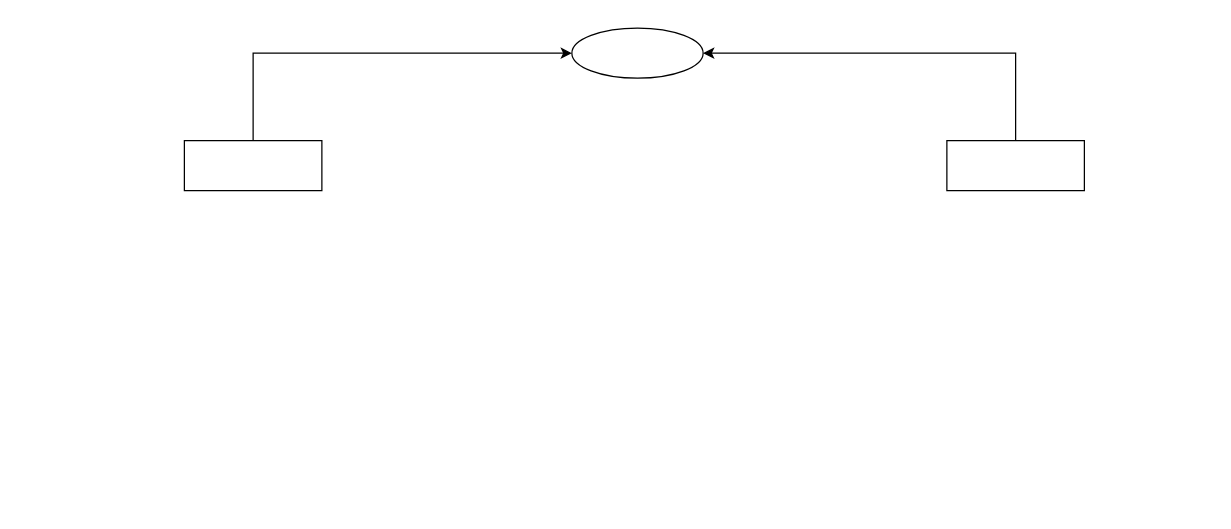
Earlier version of the draw.io diagram Untitled Diagram.drawio (i-yam-three/d-hope-final-year-project). Source tidied: cells renumbered, new cells numbered last; positions are measured from the earlier drawing's top-left corner, leaving out a move shared by most shapes. Both pictures are drawn from the tidied source at 125%, with x=0, y=0 at pixel (184, 28).
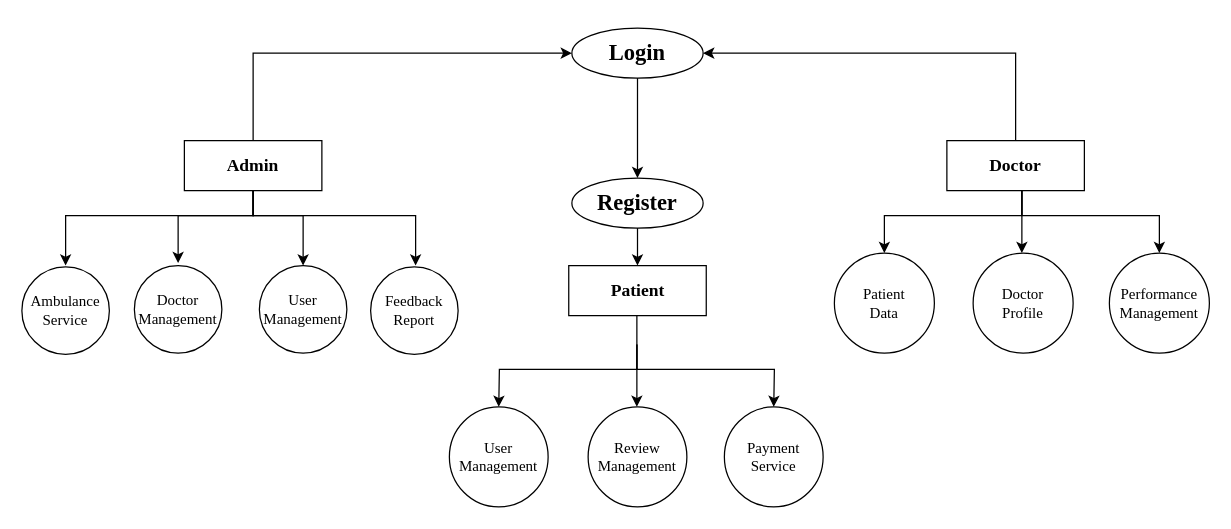
The same page after the edit.

What changed in the source:
```diff
@@
-    <mxCell id="2" style="ellipse;whiteSpace=wrap;html=1;" parent="1" vertex="1">
+    <mxCell id="2" value="&lt;h2&gt;&lt;font face=&quot;Garamond&quot;&gt;Login&lt;/font&gt;&lt;/h2&gt;" style="ellipse;whiteSpace=wrap;html=1;" parent="1" vertex="1">
       <mxGeometry x="310" width="105" height="40" as="geometry" />
     </mxCell>
-    <mxCell id="3" style="rounded=0;whiteSpace=wrap;html=1;" parent="1" vertex="1">
+    <mxCell id="3" value="&lt;h3&gt;&lt;font face=&quot;Garamond&quot;&gt;Admin&lt;/font&gt;&lt;/h3&gt;" style="rounded=0;whiteSpace=wrap;html=1;" parent="1" vertex="1">
       <mxGeometry y="90" width="110" height="40" as="geometry" />
     </mxCell>
-    <mxCell id="4" style="rounded=0;whiteSpace=wrap;html=1;" parent="1" vertex="1">
+    <mxCell id="4" value="&lt;h3&gt;&lt;font face=&quot;Garamond&quot;&gt;Doctor&lt;/font&gt;&lt;/h3&gt;" style="rounded=0;whiteSpace=wrap;html=1;" parent="1" vertex="1">
       <mxGeometry x="610" y="90" width="110" height="40" as="geometry" />
     </mxCell>
@@
+    <mxCell id="7" value="Doctor&lt;br&gt;Management" style="ellipse;whiteSpace=wrap;html=1;fontFamily=Garamond;" parent="1" vertex="1">
+      <mxGeometry x="-40" y="190" width="70" height="70" as="geometry" />
+    </mxCell>
+    <mxCell id="8" value="User&lt;br&gt;Management" style="ellipse;whiteSpace=wrap;html=1;fontFamily=Garamond;" parent="1" vertex="1">
+      <mxGeometry x="60" y="190" width="70" height="70" as="geometry" />
+    </mxCell>
+    <mxCell id="9" style="endArrow=classic;html=1;rounded=0;fontFamily=Garamond;entryX=0.5;entryY=0;entryDx=0;entryDy=0;exitX=0.5;exitY=1;exitDx=0;exitDy=0;" parent="1" edge="1" source="3">
+      <mxGeometry relative="1" as="geometry">
+        <mxPoint x="-95" y="190" as="targetPoint" />
+        <Array as="points">
+          <mxPoint x="55" y="150" />
+          <mxPoint x="-95" y="150" />
+        </Array>
+      </mxGeometry>
+    </mxCell>
+    <mxCell id="10" style="endArrow=classic;html=1;rounded=0;fontFamily=Garamond;exitX=0.5;exitY=1;exitDx=0;exitDy=0;" parent="1" edge="1">
+      <mxGeometry relative="1" as="geometry">
+        <mxPoint x="55" y="130" as="sourcePoint" />
+        <mxPoint x="-5" y="188" as="targetPoint" />
+        <Array as="points">
+          <mxPoint x="55" y="150" />
+          <mxPoint x="-5" y="150" />
+        </Array>
+      </mxGeometry>
+    </mxCell>
+    <mxCell id="11" style="endArrow=classic;html=1;rounded=0;fontFamily=Garamond;exitX=0.5;exitY=1;exitDx=0;exitDy=0;entryX=0.5;entryY=0;entryDx=0;entryDy=0;" parent="1" edge="1" target="8">
+      <mxGeometry relative="1" as="geometry">
+        <mxPoint x="55" y="130" as="sourcePoint" />
+        <Array as="points">
+          <mxPoint x="55" y="150" />
+          <mxPoint x="95" y="150" />
+        </Array>
+      </mxGeometry>
+    </mxCell>
+    <mxCell id="12" style="endArrow=classic;html=1;rounded=0;fontFamily=Garamond;entryX=0.5;entryY=0;entryDx=0;entryDy=0;exitX=0.5;exitY=1;exitDx=0;exitDy=0;" parent="1" edge="1">
+      <mxGeometry relative="1" as="geometry">
+        <mxPoint x="55" y="130" as="sourcePoint" />
+        <mxPoint x="185" y="190" as="targetPoint" />
+        <Array as="points">
+          <mxPoint x="55" y="150" />
+          <mxPoint x="185" y="150" />
+        </Array>
+      </mxGeometry>
+    </mxCell>
+    <mxCell id="13" value="&lt;h2&gt;&lt;font face=&quot;Garamond&quot;&gt;Register&lt;/font&gt;&lt;/h2&gt;" style="ellipse;whiteSpace=wrap;html=1;" parent="1" vertex="1">
+      <mxGeometry x="310" y="120" width="105" height="40" as="geometry" />
+    </mxCell>
+    <mxCell id="14" value="Patient&lt;br&gt;Data" style="ellipse;whiteSpace=wrap;html=1;fontFamily=Garamond;" parent="1" vertex="1">
+      <mxGeometry x="520" y="180" width="80" height="80" as="geometry" />
+    </mxCell>
+    <mxCell id="15" value="Doctor&lt;br&gt;Profile" style="ellipse;whiteSpace=wrap;html=1;fontFamily=Garamond;" parent="1" vertex="1">
+      <mxGeometry x="631" y="180" width="80" height="80" as="geometry" />
+    </mxCell>
+    <mxCell id="16" value="Performance&lt;br&gt;Management" style="ellipse;whiteSpace=wrap;html=1;fontFamily=Garamond;" parent="1" vertex="1">
+      <mxGeometry x="740" y="180" width="80" height="80" as="geometry" />
+    </mxCell>
+    <mxCell id="17" style="endArrow=classic;html=1;rounded=0;fontFamily=Garamond;entryX=0.5;entryY=0;entryDx=0;entryDy=0;exitX=0.5;exitY=1;exitDx=0;exitDy=0;" parent="1" edge="1" target="16">
+      <mxGeometry relative="1" as="geometry">
+        <mxPoint x="670" y="130" as="sourcePoint" />
+        <Array as="points">
+          <mxPoint x="670" y="150" />
+          <mxPoint x="780" y="150" />
+        </Array>
+      </mxGeometry>
+    </mxCell>
+    <mxCell id="18" style="endArrow=classic;html=1;rounded=0;fontFamily=Garamond;entryX=0.5;entryY=0;entryDx=0;entryDy=0;exitX=0.5;exitY=1;exitDx=0;exitDy=0;" parent="1" edge="1" target="14">
+      <mxGeometry relative="1" as="geometry">
+        <mxPoint x="670" y="130" as="sourcePoint" />
+        <Array as="points">
+          <mxPoint x="670" y="150" />
+          <mxPoint x="560" y="150" />
+        </Array>
+      </mxGeometry>
+    </mxCell>
+    <mxCell id="19" style="endArrow=classic;html=1;rounded=0;fontFamily=Garamond;exitX=0.5;exitY=1;exitDx=0;exitDy=0;" parent="1" edge="1">
+      <mxGeometry relative="1" as="geometry">
+        <mxPoint x="670" y="130" as="sourcePoint" />
+        <mxPoint x="670" y="180" as="targetPoint" />
+        <Array as="points">
+          <mxPoint x="670" y="150" />
+        </Array>
+      </mxGeometry>
+    </mxCell>
+    <mxCell id="20" value="User&lt;br&gt;Management" style="ellipse;whiteSpace=wrap;html=1;fontFamily=Garamond;" parent="1" vertex="1">
+      <mxGeometry x="212" y="303" width="79" height="80" as="geometry" />
+    </mxCell>
+    <mxCell id="21" value="Review&lt;br&gt;Management" style="ellipse;whiteSpace=wrap;html=1;fontFamily=Garamond;" parent="1" vertex="1">
+      <mxGeometry x="323" y="303" width="79" height="80" as="geometry" />
+    </mxCell>
+    <mxCell id="22" value="Payment&lt;br&gt;Service" style="ellipse;whiteSpace=wrap;html=1;fontFamily=Garamond;" parent="1" vertex="1">
+      <mxGeometry x="432" y="303" width="79" height="80" as="geometry" />
+    </mxCell>
+    <mxCell id="23" style="endArrow=classic;html=1;rounded=0;fontFamily=Garamond;entryX=0.5;entryY=0;entryDx=0;entryDy=0;exitX=0.5;exitY=1;exitDx=0;exitDy=0;" parent="1" edge="1" target="22">
+      <mxGeometry relative="1" as="geometry">
+        <mxPoint x="362" y="253" as="sourcePoint" />
+        <Array as="points">
+          <mxPoint x="362" y="273" />
+          <mxPoint x="472" y="273" />
+        </Array>
+      </mxGeometry>
+    </mxCell>
+    <mxCell id="24" style="endArrow=classic;html=1;rounded=0;fontFamily=Garamond;entryX=0.5;entryY=0;entryDx=0;entryDy=0;exitX=0.5;exitY=1;exitDx=0;exitDy=0;" parent="1" edge="1" target="20">
+      <mxGeometry relative="1" as="geometry">
+        <mxPoint x="362" y="253" as="sourcePoint" />
+        <Array as="points">
+          <mxPoint x="362" y="273" />
+          <mxPoint x="252" y="273" />
+        </Array>
+      </mxGeometry>
+    </mxCell>
+    <mxCell id="25" style="endArrow=classic;html=1;rounded=0;fontFamily=Garamond;" parent="1" edge="1">
+      <mxGeometry relative="1" as="geometry">
+        <mxPoint x="362" y="230" as="sourcePoint" />
+        <mxPoint x="362" y="303" as="targetPoint" />
+        <Array as="points">
+          <mxPoint x="362" y="273" />
+        </Array>
+      </mxGeometry>
+    </mxCell>
+    <mxCell id="26" value="Ambulance&lt;br&gt;Service" style="ellipse;whiteSpace=wrap;html=1;fontFamily=Garamond;" parent="1" vertex="1">
+      <mxGeometry x="-130" y="191" width="70" height="70" as="geometry" />
+    </mxCell>
+    <mxCell id="27" value="Feedback&lt;br&gt;Report" style="ellipse;whiteSpace=wrap;html=1;fontFamily=Garamond;" parent="1" vertex="1">
+      <mxGeometry x="149" y="191" width="70" height="70" as="geometry" />
+    </mxCell>
+    <mxCell id="28" value="&lt;h3&gt;&lt;font face=&quot;Garamond&quot;&gt;Patient&lt;/font&gt;&lt;/h3&gt;" style="rounded=0;whiteSpace=wrap;html=1;" parent="1" vertex="1">
+      <mxGeometry x="307.5" y="190" width="110" height="40" as="geometry" />
+    </mxCell>
+    <mxCell id="29" style="endArrow=classic;html=1;rounded=0;fontFamily=Garamond;fontColor=#000000;entryX=0.5;entryY=0;entryDx=0;entryDy=0;exitX=0.5;exitY=1;exitDx=0;exitDy=0;" parent="1" edge="1" source="13" target="28">
+      <mxGeometry relative="1" as="geometry" />
+    </mxCell>
+    <mxCell id="30" style="endArrow=classic;html=1;rounded=0;fontFamily=Garamond;fontColor=#000000;entryX=0.5;entryY=0;entryDx=0;entryDy=0;exitX=0.5;exitY=1;exitDx=0;exitDy=0;" parent="1" edge="1" source="2" target="13">
+      <mxGeometry relative="1" as="geometry" />
+    </mxCell>
```
